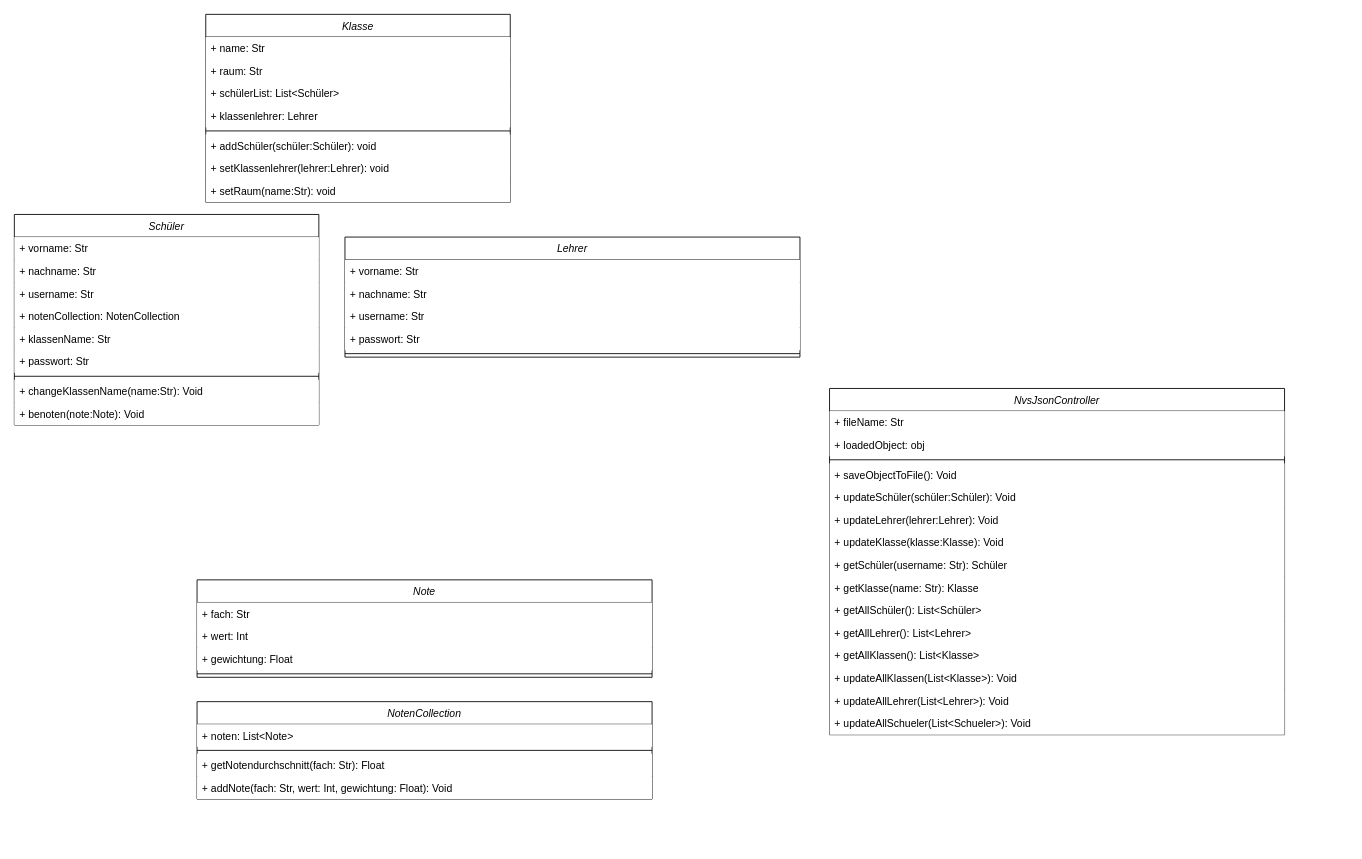
Above: nvs-klassendiagramm.drawio in VinzenzWetzelBS1/nvs (draw.io), before the change. Source tidied: cells renumbered, new cells numbered last; positions are measured from the earlier drawing's top-left corner, leaving out a move shared by most shapes. Both pictures are drawn from the tidied source at 87%, with x=0, y=0 at pixel (14, 14).
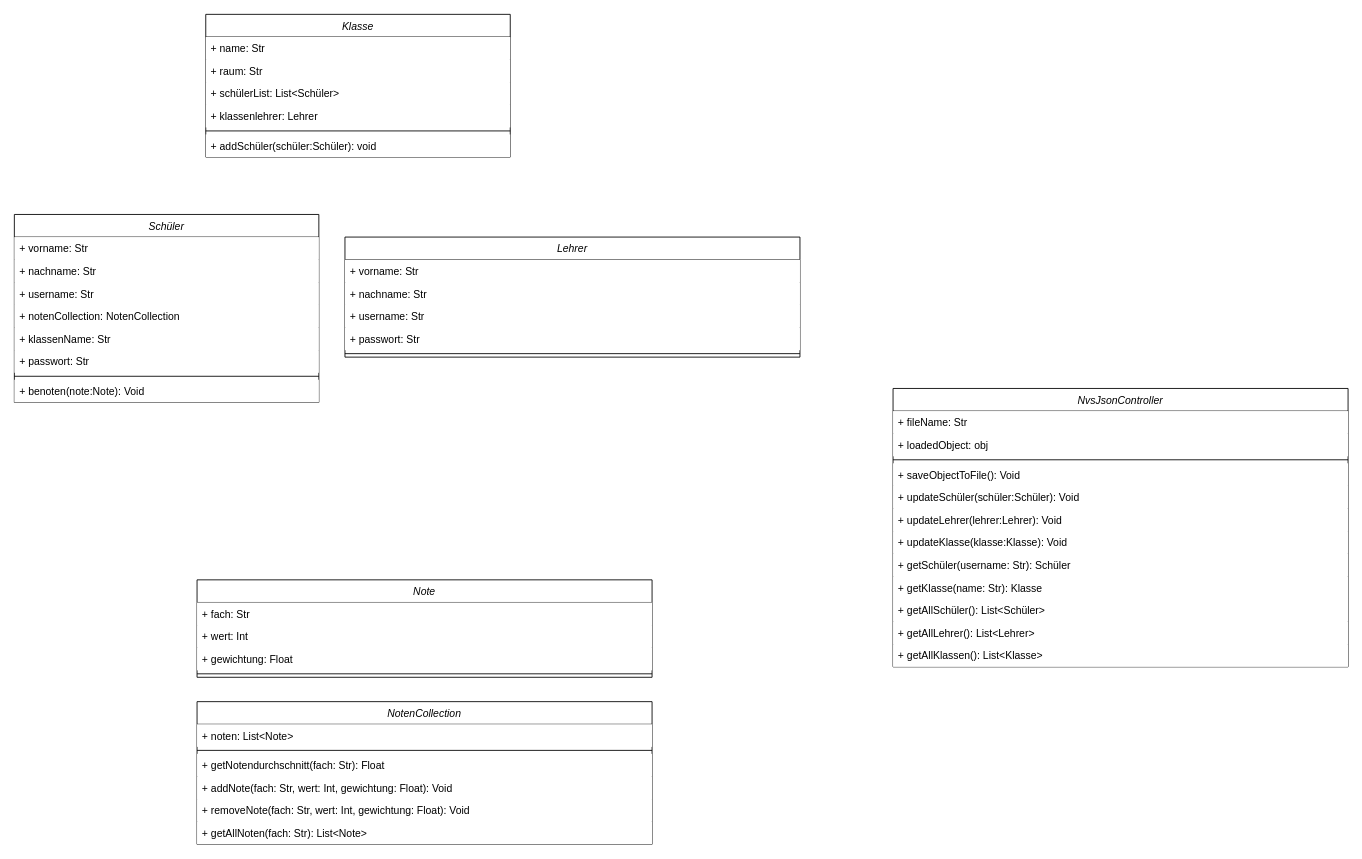
The same diagram, later.

The edit, as a diff of the source:
```diff
@@
     <mxCell id="2" value="Schüler" style="swimlane;fontStyle=2;align=center;verticalAlign=top;horizontal=1;startSize=26;rounded=0;shadow=0;strokeWidth=1;fillColor=default;swimlaneLine=1;glass=0;gradientColor=none;" parent="1" vertex="1">
-      <mxGeometry y="230" width="350" height="242" as="geometry" />
+      <mxGeometry y="230" width="350" height="216" as="geometry" />
     </mxCell>
@@
-    <mxCell id="10" value="+ changeKlassenName(name:Str): Void" style="text;align=left;verticalAlign=top;spacingLeft=4;spacingRight=4;overflow=hidden;fillColor=default;" parent="2" vertex="1">
-      <mxGeometry y="190" width="350" height="26" as="geometry" />
-    </mxCell>
     <mxCell id="11" value="+ benoten(note:Note): Void" style="text;align=left;verticalAlign=top;spacingLeft=4;spacingRight=4;overflow=hidden;fillColor=default;" parent="2" vertex="1">
-      <mxGeometry y="216" width="350" height="26" as="geometry" />
+      <mxGeometry y="190" width="350" height="26" as="geometry" />
     </mxCell>
@@
     <mxCell id="18" value="Klasse" style="swimlane;fontStyle=2;align=center;verticalAlign=top;horizontal=1;startSize=26;rounded=0;shadow=0;strokeWidth=1;fillColor=default;swimlaneLine=1;glass=0;gradientColor=none;" parent="1" vertex="1">
-      <mxGeometry x="220" width="350" height="216" as="geometry" />
+      <mxGeometry x="220" width="350" height="164" as="geometry" />
     </mxCell>
@@
-    <mxCell id="25" value="+ setKlassenlehrer(lehrer:Lehrer): void" style="text;align=left;verticalAlign=top;spacingLeft=4;spacingRight=4;overflow=hidden;fillColor=default;" parent="18" vertex="1">
-      <mxGeometry y="164" width="350" height="26" as="geometry" />
-    </mxCell>
-    <mxCell id="26" value="+ setRaum(name:Str): void" style="text;align=left;verticalAlign=top;spacingLeft=4;spacingRight=4;overflow=hidden;fillColor=default;" parent="18" vertex="1">
-      <mxGeometry y="190" width="350" height="26" as="geometry" />
-    </mxCell>
     <mxCell id="27" value="NotenCollection" style="swimlane;fontStyle=2;align=center;verticalAlign=top;horizontal=1;startSize=26;rounded=0;shadow=0;strokeWidth=1;fillColor=default;swimlaneLine=1;glass=0;gradientColor=none;" parent="1" vertex="1">
-      <mxGeometry x="210" y="790" width="523" height="112" as="geometry" />
+      <mxGeometry x="210" y="790" width="523" height="164" as="geometry" />
     </mxCell>
@@
+    <mxCell id="53" value="+ removeNote(fach: Str, wert: Int, gewichtung: Float): Void" style="text;align=left;verticalAlign=top;spacingLeft=4;spacingRight=4;overflow=hidden;fillColor=default;" parent="27" vertex="1">
+      <mxGeometry y="112" width="523" height="26" as="geometry" />
+    </mxCell>
+    <mxCell id="54" value="+ getAllNoten(fach: Str): List&lt;Note&gt;" style="text;align=left;verticalAlign=top;spacingLeft=4;spacingRight=4;overflow=hidden;fillColor=default;" parent="27" vertex="1">
+      <mxGeometry y="138" width="523" height="26" as="geometry" />
+    </mxCell>
@@
     <mxCell id="37" value="NvsJsonController" style="swimlane;fontStyle=2;align=center;verticalAlign=top;horizontal=1;startSize=26;rounded=0;shadow=0;strokeWidth=1;fillColor=default;swimlaneLine=1;glass=0;gradientColor=none;" parent="1" vertex="1">
-      <mxGeometry x="937" y="430" width="523" height="398" as="geometry" />
+      <mxGeometry x="1010" y="430" width="523" height="320" as="geometry" />
     </mxCell>
@@
-    <mxCell id="50" value="+ updateAllKlassen(List&lt;Klasse&gt;): Void" style="text;align=left;verticalAlign=top;spacingLeft=4;spacingRight=4;overflow=hidden;fillColor=default;" parent="37" vertex="1">
-      <mxGeometry y="320" width="523" height="26" as="geometry" />
-    </mxCell>
-    <mxCell id="51" value="+ updateAllLehrer(List&lt;Lehrer&gt;): Void" style="text;align=left;verticalAlign=top;spacingLeft=4;spacingRight=4;overflow=hidden;fillColor=default;" parent="37" vertex="1">
-      <mxGeometry y="346" width="523" height="26" as="geometry" />
-    </mxCell>
-    <mxCell id="52" value="+ updateAllSchueler(List&lt;Schueler&gt;): Void" style="text;align=left;verticalAlign=top;spacingLeft=4;spacingRight=4;overflow=hidden;fillColor=default;" parent="37" vertex="1">
-      <mxGeometry y="372" width="523" height="26" as="geometry" />
-    </mxCell>
```
